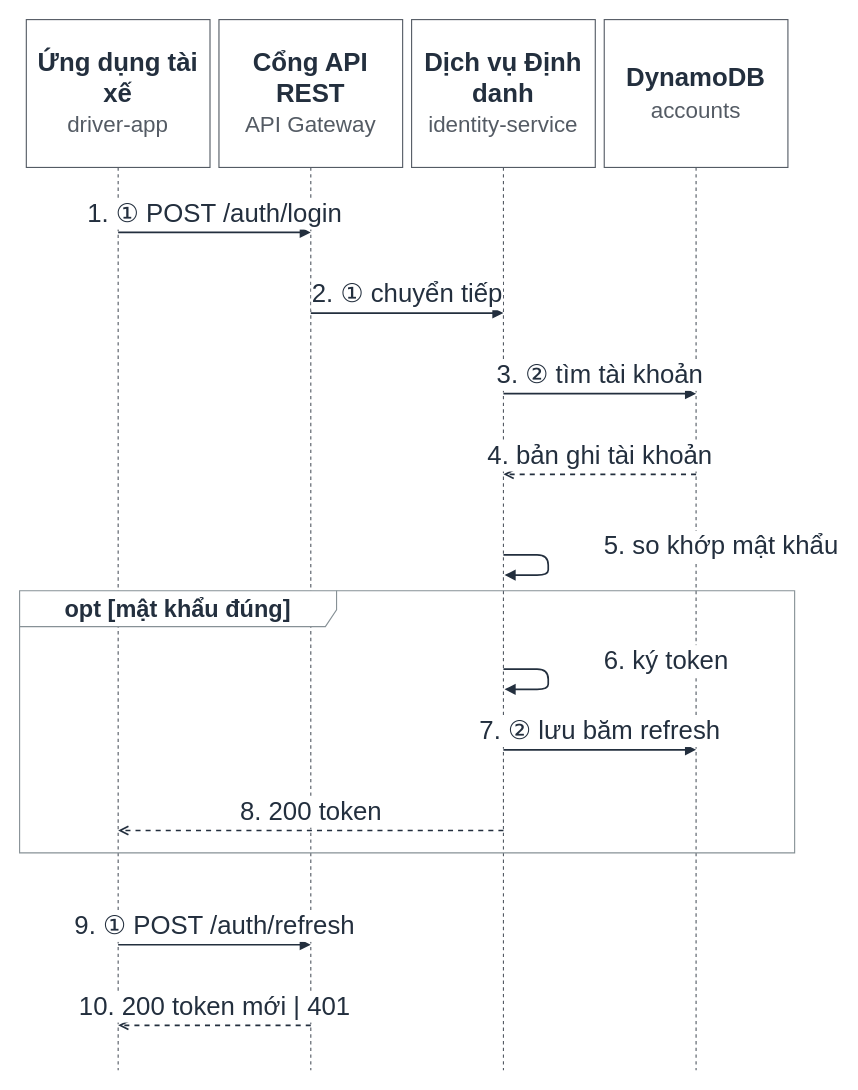
nexgenspeak-max/AI-Powered-Driver-Assistant keeps this draw.io diagram as page "S1 Đăng nhập" (1 of 7) of docs/diagrams/H4_sequences.drawio. Above is the earlier version. Source tidied: cells renumbered, new cells numbered last; positions are measured from the earlier drawing's top-left corner, leaving out a move shared by most shapes. Both pictures are drawn from the tidied source at 112%, with x=0, y=0 at pixel (19, 19).
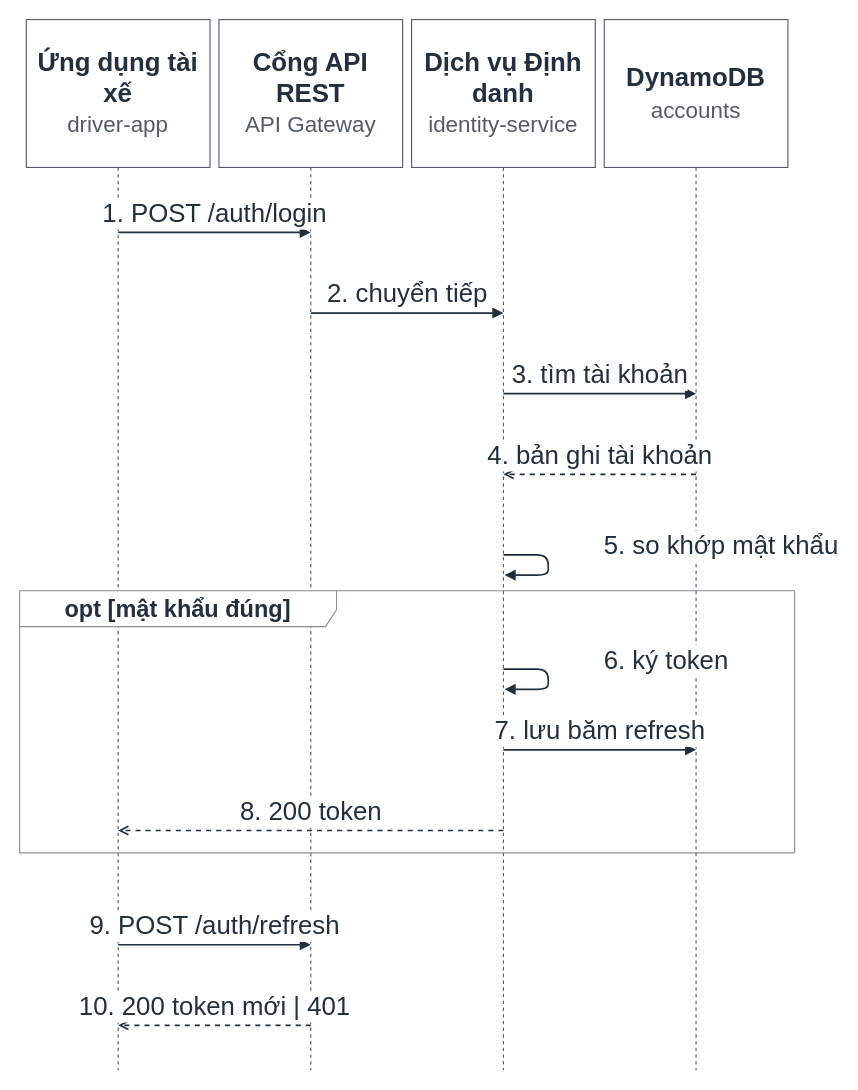
The same diagram, later.

Change to the diagram source:
```diff
@@
-    <mxCell id="6" value="1. ① POST /auth/login" style="html=1;verticalAlign=bottom;endArrow=block;endFill=1;strokeColor=#232F3E;strokeWidth=1.5;fontSize=23;fontColor=#232F3E;labelBackgroundColor=#FFFFFF;fontFamily=Helvetica;" parent="1" edge="1">
+    <mxCell id="6" value="1. POST /auth/login" style="html=1;verticalAlign=bottom;endArrow=block;endFill=1;strokeColor=#232F3E;strokeWidth=1.5;fontSize=23;fontColor=#232F3E;labelBackgroundColor=#FFFFFF;fontFamily=Helvetica;" parent="1" edge="1">
       <mxGeometry relative="1" as="geometry">
         <mxPoint x="88" y="190" as="sourcePoint" />
         <mxPoint x="260" y="190" as="targetPoint" />
       </mxGeometry>
     </mxCell>
-    <mxCell id="7" value="2. ① chuyển tiếp" style="html=1;verticalAlign=bottom;endArrow=block;endFill=1;strokeColor=#232F3E;strokeWidth=1.5;fontSize=23;fontColor=#232F3E;labelBackgroundColor=#FFFFFF;fontFamily=Helvetica;" parent="1" edge="1">
+    <mxCell id="7" value="2. chuyển tiếp" style="html=1;verticalAlign=bottom;endArrow=block;endFill=1;strokeColor=#232F3E;strokeWidth=1.5;fontSize=23;fontColor=#232F3E;labelBackgroundColor=#FFFFFF;fontFamily=Helvetica;" parent="1" edge="1">
       <mxGeometry relative="1" as="geometry">
         <mxPoint x="260" y="262" as="sourcePoint" />
         <mxPoint x="432" y="262" as="targetPoint" />
       </mxGeometry>
     </mxCell>
-    <mxCell id="8" value="3. ② tìm tài khoản" style="html=1;verticalAlign=bottom;endArrow=block;endFill=1;strokeColor=#232F3E;strokeWidth=1.5;fontSize=23;fontColor=#232F3E;labelBackgroundColor=#FFFFFF;fontFamily=Helvetica;" parent="1" edge="1">
+    <mxCell id="8" value="3. tìm tài khoản" style="html=1;verticalAlign=bottom;endArrow=block;endFill=1;strokeColor=#232F3E;strokeWidth=1.5;fontSize=23;fontColor=#232F3E;labelBackgroundColor=#FFFFFF;fontFamily=Helvetica;" parent="1" edge="1">
       <mxGeometry relative="1" as="geometry">
         <mxPoint x="432" y="334" as="sourcePoint" />
         <mxPoint x="604" y="334" as="targetPoint" />
       </mxGeometry>
     </mxCell>
@@
-    <mxCell id="12" value="7. ② lưu băm refresh" style="html=1;verticalAlign=bottom;endArrow=block;endFill=1;strokeColor=#232F3E;strokeWidth=1.5;fontSize=23;fontColor=#232F3E;labelBackgroundColor=#FFFFFF;fontFamily=Helvetica;" parent="1" edge="1">
+    <mxCell id="12" value="7. lưu băm refresh" style="html=1;verticalAlign=bottom;endArrow=block;endFill=1;strokeColor=#232F3E;strokeWidth=1.5;fontSize=23;fontColor=#232F3E;labelBackgroundColor=#FFFFFF;fontFamily=Helvetica;" parent="1" edge="1">
       <mxGeometry relative="1" as="geometry">
         <mxPoint x="432" y="652" as="sourcePoint" />
         <mxPoint x="604" y="652" as="targetPoint" />
       </mxGeometry>
     </mxCell>
@@
-    <mxCell id="14" value="9. ① POST /auth/refresh" style="html=1;verticalAlign=bottom;endArrow=block;endFill=1;strokeColor=#232F3E;strokeWidth=1.5;fontSize=23;fontColor=#232F3E;labelBackgroundColor=#FFFFFF;fontFamily=Helvetica;" parent="1" edge="1">
+    <mxCell id="14" value="9. POST /auth/refresh" style="html=1;verticalAlign=bottom;endArrow=block;endFill=1;strokeColor=#232F3E;strokeWidth=1.5;fontSize=23;fontColor=#232F3E;labelBackgroundColor=#FFFFFF;fontFamily=Helvetica;" parent="1" edge="1">
       <mxGeometry relative="1" as="geometry">
         <mxPoint x="88" y="826" as="sourcePoint" />
         <mxPoint x="260" y="826" as="targetPoint" />
       </mxGeometry>
     </mxCell>
```
